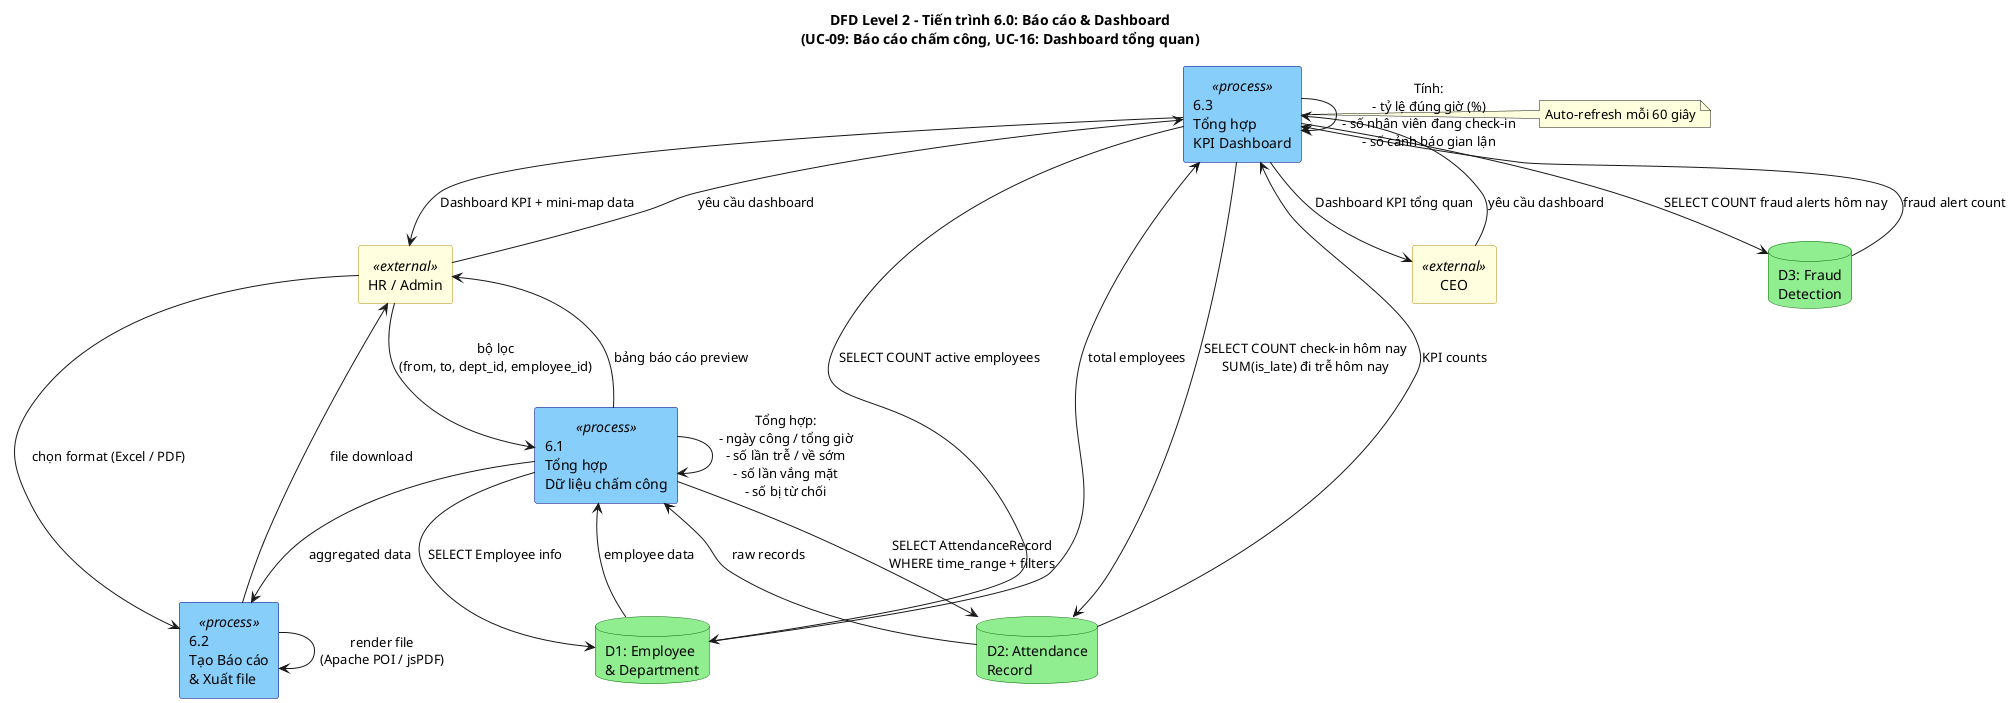
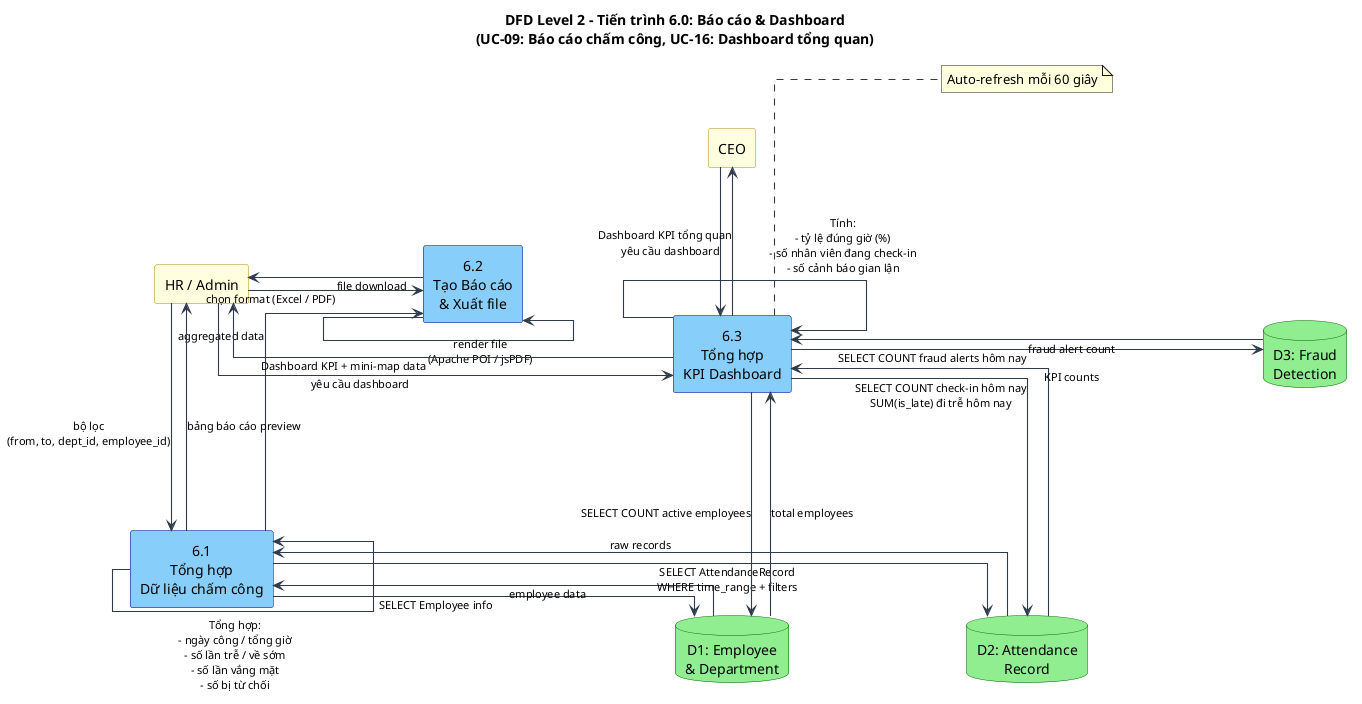
@startuml DFD_L2_Reporting
title DFD Level 2 – Tiến trình 6.0: Báo cáo & Dashboard\n(UC-09: Báo cáo chấm công, UC-16: Dashboard tổng quan)
+ 
+ ' ===== Layout & readability =====
+ left to right direction
+ skinparam Shadowing false
+ skinparam linetype ortho
+ skinparam defaultTextAlignment center
+ skinparam ArrowColor #2F3B4A
+ skinparam ArrowThickness 1.1
+ skinparam ArrowFontSize 11
+ skinparam nodesep 130
+ skinparam ranksep 150
+ hide stereotype

skinparam rectangle {
  BackgroundColor<<external>> LightYellow
  BorderColor<<external>> DarkGoldenRod
}
skinparam rectangle {
  BackgroundColor<<process>> LightSkyBlue
  BorderColor<<process>> Navy
}
skinparam database {
  BackgroundColor LightGreen
  BorderColor DarkGreen
}

rectangle "HR / Admin" <<external>> as HR
rectangle "CEO" <<external>> as CEO

rectangle "6.1\nTổng hợp\nDữ liệu chấm công" <<process>> as P61
rectangle "6.2\nTạo Báo cáo\n& Xuất file" <<process>> as P62
rectangle "6.3\nTổng hợp\nKPI Dashboard" <<process>> as P63

database "D1: Employee\n& Department" as D1
database "D2: Attendance\nRecord" as D2
database "D3: Fraud\nDetection" as D3

+ ' ===== Position anchors (for cleaner layout) =====
+ HR -[hidden]down-> CEO
+ 
+ P61 -[hidden]down-> P62
+ P62 -[hidden]down-> P63
+ 
+ HR -[hidden]right-> P61
+ CEO -[hidden]right-> P63
+ 
+ P61 -[hidden]right-> D1
+ P63 -[hidden]right-> D2
+ D1 -[hidden]down-> D2
+ D2 -[hidden]down-> D3
+ 
' UC-09: Reports
- HR --> P61 : bộ lọc\n(from, to, dept_id, employee_id)
- P61 --> D2 : SELECT AttendanceRecord\nWHERE time_range + filters
- D2 --> P61 : raw records
- P61 --> D1 : SELECT Employee info
- D1 --> P61 : employee data
+ HR -right-> P61 : bộ lọc\n(from, to, dept_id, employee_id)
+ P61 -right-> D2 : SELECT AttendanceRecord\nWHERE time_range + filters
+ D2 -left-> P61 : raw records
+ P61 -right-> D1 : SELECT Employee info
+ D1 -left-> P61 : employee data
P61 --> P61 : Tổng hợp:\n- ngày công / tổng giờ\n- số lần trễ / về sớm\n- số lần vắng mặt\n- số bị từ chối
- P61 --> P62 : aggregated data
- P61 --> HR : bảng báo cáo preview
+ P61 -down-> P62 : aggregated data
+ P61 -left-> HR : bảng báo cáo preview

- HR --> P62 : chọn format (Excel / PDF)
+ HR -right-> P62 : chọn format (Excel / PDF)
P62 --> P62 : render file\n(Apache POI / jsPDF)
- P62 --> HR : file download
+ P62 -left-> HR : file download

' UC-16: Dashboard
- HR --> P63 : yêu cầu dashboard
- CEO --> P63 : yêu cầu dashboard
- P63 --> D2 : SELECT COUNT check-in hôm nay\nSUM(is_late) đi trễ hôm nay
- D2 --> P63 : KPI counts
- P63 --> D3 : SELECT COUNT fraud alerts hôm nay
- D3 --> P63 : fraud alert count
- P63 --> D1 : SELECT COUNT active employees
- D1 --> P63 : total employees
+ HR -right-> P63 : yêu cầu dashboard
+ CEO -right-> P63 : yêu cầu dashboard
+ P63 -right-> D2 : SELECT COUNT check-in hôm nay\nSUM(is_late) đi trễ hôm nay
+ D2 -left-> P63 : KPI counts
+ P63 -right-> D3 : SELECT COUNT fraud alerts hôm nay
+ D3 -left-> P63 : fraud alert count
+ P63 -right-> D1 : SELECT COUNT active employees
+ D1 -left-> P63 : total employees
P63 --> P63 : Tính:\n- tỷ lệ đúng giờ (%)\n- số nhân viên đang check-in\n- số cảnh báo gian lận
- P63 --> HR : Dashboard KPI + mini-map data
- P63 --> CEO : Dashboard KPI tổng quan
+ P63 -left-> HR : Dashboard KPI + mini-map data
+ P63 -left-> CEO : Dashboard KPI tổng quan

note right of P63
  Auto-refresh mỗi 60 giây
end note

@enduml
